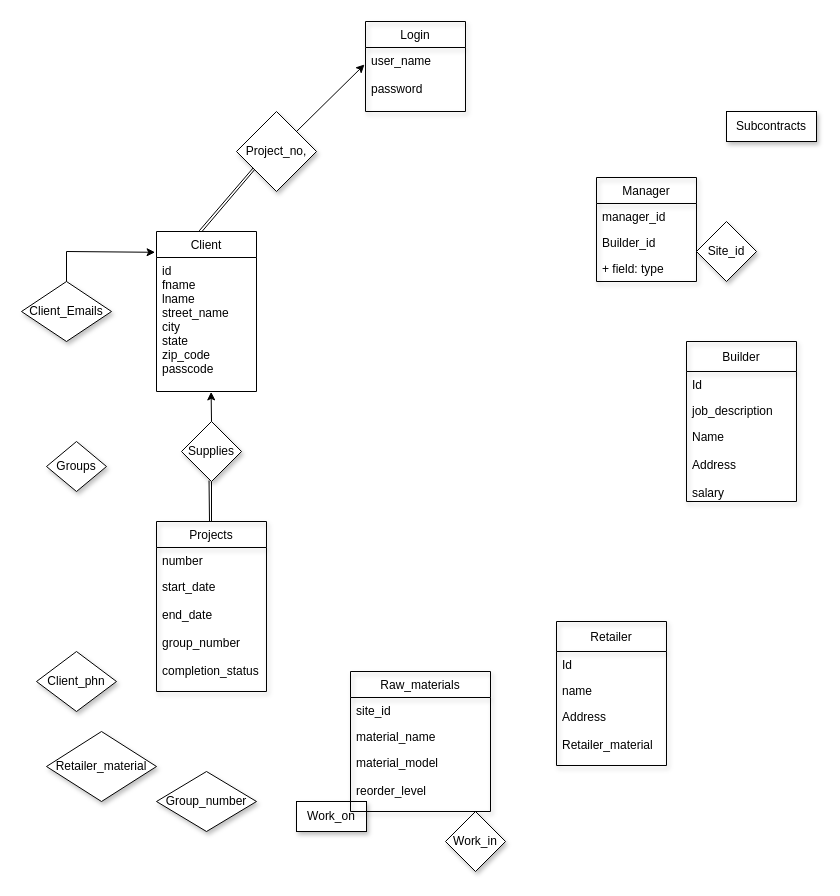
This is ER.drawio from anjana02/Construction_Management_Project, a draw.io file, before an edit. Source tidied: cells renumbered, new cells numbered last; positions are measured from the earlier drawing's top-left corner, leaving out a move shared by most shapes. Both pictures are drawn from the tidied source at 100%, with x=0, y=0 at pixel (21, 21).
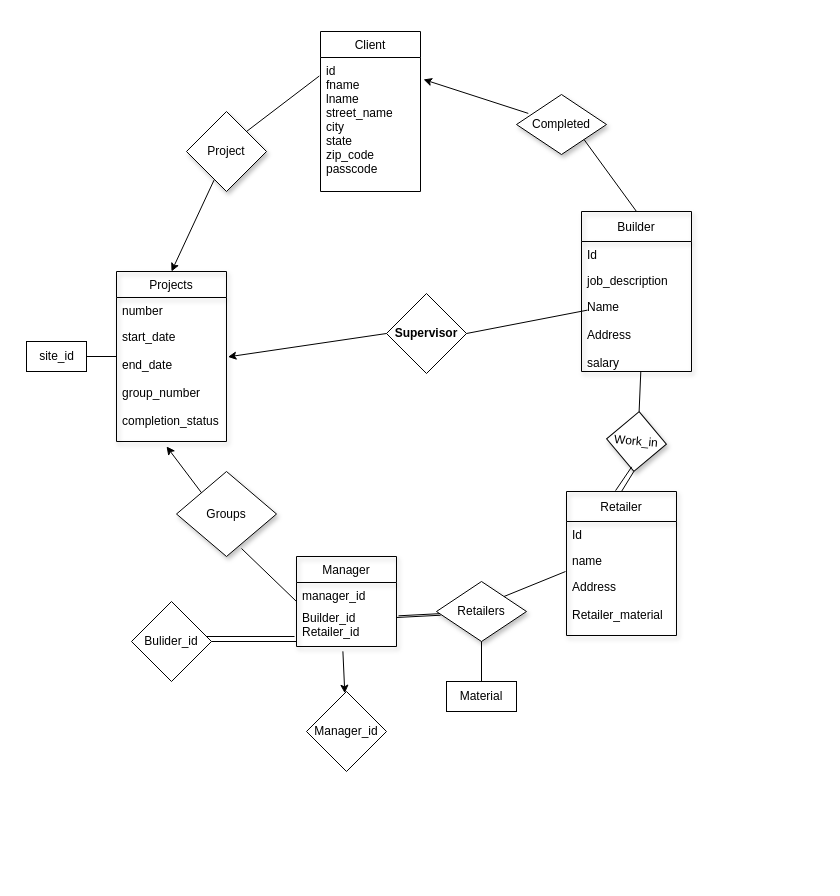
The same diagram, later.

Unchanged cells that the change refers to:
```xml
<mxCell id="3" value="id&#10;fname&#10;lname&#10;street_name&#10;city&#10;state&#10;zip_code&#10;passcode" style="text;strokeColor=none;fillColor=none;align=left;verticalAlign=top;spacingLeft=4;spacingRight=4;overflow=hidden;points=[[0,0.5],[1,0.5]];portConstraint=eastwest;shadow=1;fontStyle=0;" parent="2" vertex="1">
  <mxGeometry y="26" width="100" height="134" as="geometry" />
</mxCell>
<mxCell id="7" value="Name&#10;&#10;Address&#10;&#10;salary&#10;&#10;" style="text;strokeColor=none;fillColor=none;align=left;verticalAlign=top;spacingLeft=4;spacingRight=4;overflow=hidden;points=[[0,0.5],[1,0.5]];portConstraint=eastwest;shadow=1;" parent="4" vertex="1">
  <mxGeometry y="82" width="110" height="78" as="geometry" />
</mxCell>
<mxCell id="11" value="Address&#10;&#10;Retailer_material&#10;&#10;" style="text;strokeColor=none;fillColor=none;align=left;verticalAlign=top;spacingLeft=4;spacingRight=4;overflow=hidden;points=[[0,0.5],[1,0.5]];portConstraint=eastwest;shadow=1;" parent="8" vertex="1">
  <mxGeometry y="82" width="110" height="62" as="geometry" />
</mxCell>
<mxCell id="38" value="start_date&#10;&#10;end_date&#10;&#10;group_number&#10;&#10;completion_status" style="text;strokeColor=none;fillColor=none;align=left;verticalAlign=top;spacingLeft=4;spacingRight=4;overflow=hidden;points=[[0,0.5],[1,0.5]];portConstraint=eastwest;shadow=1;" parent="36" vertex="1">
  <mxGeometry y="52" width="110" height="118" as="geometry" />
</mxCell>
```

The edit, as a diff of the source:
```diff
@@
     <mxCell id="2" value="Client" style="swimlane;fontStyle=0;horizontal=1;startSize=26;fillColor=none;" parent="1" vertex="1">
-      <mxGeometry x="135" y="210" width="100" height="160" as="geometry" />
+      <mxGeometry x="299" y="10" width="100" height="160" as="geometry" />
     </mxCell>
@@
     <mxCell id="4" value="Builder" style="swimlane;fontStyle=0;horizontal=1;startSize=30;fillColor=none;shadow=1;" parent="1" vertex="1">
-      <mxGeometry x="665" y="320" width="110" height="160" as="geometry" />
+      <mxGeometry x="560" y="190" width="110" height="160" as="geometry" />
     </mxCell>
@@
     <mxCell id="8" value="Retailer" style="swimlane;fontStyle=0;horizontal=1;startSize=30;fillColor=none;shadow=1;" parent="1" vertex="1">
-      <mxGeometry x="535" y="600" width="110" height="144" as="geometry" />
+      <mxGeometry x="545" y="470" width="110" height="144" as="geometry" />
     </mxCell>
@@
-    <mxCell id="12" value="Login" style="swimlane;fontStyle=0;horizontal=1;startSize=26;fillColor=none;shadow=1;" parent="1" vertex="1">
-      <mxGeometry x="344" width="100" height="90" as="geometry" />
-    </mxCell>
-    <mxCell id="13" value="user_name&#10;&#10;password" style="text;strokeColor=none;fillColor=none;align=left;verticalAlign=top;spacingLeft=4;spacingRight=4;overflow=hidden;points=[[0,0.5],[1,0.5]];portConstraint=eastwest;shadow=1;" parent="12" vertex="1">
-      <mxGeometry y="26" width="100" height="64" as="geometry" />
-    </mxCell>
     <mxCell id="14" value="Manager" style="swimlane;fontStyle=0;horizontal=1;startSize=26;fillColor=none;shadow=1;" parent="1" vertex="1">
-      <mxGeometry x="575" y="156" width="100" height="104" as="geometry" />
+      <mxGeometry x="275" y="535" width="100" height="90" as="geometry" />
     </mxCell>
     <mxCell id="15" value="manager_id" style="text;strokeColor=none;fillColor=none;align=left;verticalAlign=top;spacingLeft=4;spacingRight=4;overflow=hidden;shadow=1;" parent="14" vertex="1">
-      <mxGeometry y="26" width="100" height="26" as="geometry" />
+      <mxGeometry y="26" width="100" height="22" as="geometry" />
     </mxCell>
-    <mxCell id="16" value="Builder_id" style="text;strokeColor=none;fillColor=none;align=left;verticalAlign=top;spacingLeft=4;spacingRight=4;overflow=hidden;points=[[0,0.5],[1,0.5]];portConstraint=eastwest;shadow=1;" parent="14" vertex="1">
-      <mxGeometry y="52" width="100" height="26" as="geometry" />
+    <mxCell id="16" value="Builder_id&#10;Retailer_id" style="text;strokeColor=none;fillColor=none;align=left;verticalAlign=top;spacingLeft=4;spacingRight=4;overflow=hidden;points=[[0,0.5],[1,0.5]];portConstraint=eastwest;shadow=1;" parent="14" vertex="1">
+      <mxGeometry y="48" width="100" height="42" as="geometry" />
     </mxCell>
-    <mxCell id="17" value="+ field: type" style="text;strokeColor=none;fillColor=none;align=left;verticalAlign=top;spacingLeft=4;spacingRight=4;overflow=hidden;shadow=1;" parent="14" vertex="1">
-      <mxGeometry y="78" width="100" height="26" as="geometry" />
-    </mxCell>
-    <mxCell id="18" value="Client_Emails" style="rhombus;whiteSpace=wrap;html=1;shadow=1;" parent="1" vertex="1">
-      <mxGeometry y="260" width="90" height="60" as="geometry" />
+    <mxCell id="18" value="Retailers&lt;br&gt;" style="rhombus;whiteSpace=wrap;html=1;shadow=1;" parent="1" vertex="1">
+      <mxGeometry x="415" y="560" width="90" height="60" as="geometry" />
     </mxCell>
-    <mxCell id="19" value="Client_phn" style="rhombus;whiteSpace=wrap;html=1;shadow=1;" parent="1" vertex="1">
-      <mxGeometry x="15" y="630" width="80" height="60" as="geometry" />
-    </mxCell>
     <mxCell id="20" value="Groups" style="rhombus;whiteSpace=wrap;html=1;shadow=1;" parent="1" vertex="1">
-      <mxGeometry x="25" y="420" width="60" height="50" as="geometry" />
+      <mxGeometry x="155" y="450" width="100" height="85" as="geometry" />
     </mxCell>
-    <mxCell id="21" value="Retailer_material" style="rhombus;whiteSpace=wrap;html=1;shadow=1;" parent="1" vertex="1">
-      <mxGeometry x="25" y="710" width="110" height="70" as="geometry" />
-    </mxCell>
-    <mxCell id="22" value="Group_number" style="rhombus;whiteSpace=wrap;html=1;shadow=1;" parent="1" vertex="1">
-      <mxGeometry x="135" y="750" width="100" height="60" as="geometry" />
-    </mxCell>
-    <mxCell id="23" value="Project_no," style="rhombus;whiteSpace=wrap;html=1;shadow=1;" parent="1" vertex="1">
-      <mxGeometry x="215" y="90" width="80" height="80" as="geometry" />
+    <mxCell id="23" value="Project" style="rhombus;whiteSpace=wrap;html=1;shadow=1;" parent="1" vertex="1">
+      <mxGeometry x="165" y="90" width="80" height="80" as="geometry" />
     </mxCell>
-    <mxCell id="24" value="Site_id" style="rhombus;whiteSpace=wrap;html=1;shadow=1;" parent="1" vertex="1">
-      <mxGeometry x="675" y="200" width="60" height="60" as="geometry" />
+    <mxCell id="24" value="Completed" style="rhombus;whiteSpace=wrap;html=1;shadow=1;rotation=0;" parent="1" vertex="1">
+      <mxGeometry x="495" y="73" width="90" height="60" as="geometry" />
     </mxCell>
-    <mxCell id="25" value="Supplies" style="rhombus;whiteSpace=wrap;html=1;shadow=1;rotation=0;" parent="1" vertex="1">
-      <mxGeometry x="160" y="400" width="60" height="60" as="geometry" />
-    </mxCell>
-    <mxCell id="26" value="Work_in" style="rhombus;whiteSpace=wrap;html=1;shadow=1;" parent="1" vertex="1">
-      <mxGeometry x="424" y="790" width="60" height="60" as="geometry" />
+    <mxCell id="26" value="Work_in" style="rhombus;whiteSpace=wrap;html=1;shadow=1;rotation=5;" parent="1" vertex="1">
+      <mxGeometry x="585" y="390" width="60" height="60" as="geometry" />
     </mxCell>
-    <mxCell id="27" value="Work_on" style="rounded=0;whiteSpace=wrap;html=1;shadow=1;" parent="1" vertex="1">
-      <mxGeometry x="275" y="780" width="70" height="30" as="geometry" />
-    </mxCell>
-    <mxCell id="28" value="Subcontracts" style="rounded=0;whiteSpace=wrap;html=1;shadow=1;" parent="1" vertex="1">
-      <mxGeometry x="705" y="90" width="90" height="30" as="geometry" />
-    </mxCell>
-    <mxCell id="29" value="Raw_materials" style="swimlane;fontStyle=0;horizontal=1;startSize=26;fillColor=none;shadow=1;" parent="1" vertex="1">
-      <mxGeometry x="329" y="650" width="140" height="140" as="geometry" />
-    </mxCell>
-    <mxCell id="30" value="site_id" style="text;strokeColor=none;fillColor=none;align=left;verticalAlign=top;spacingLeft=4;spacingRight=4;overflow=hidden;points=[[0,0.5],[1,0.5]];portConstraint=eastwest;shadow=1;" parent="29" vertex="1">
-      <mxGeometry y="26" width="140" height="26" as="geometry" />
-    </mxCell>
-    <mxCell id="31" value="material_name" style="text;strokeColor=none;fillColor=none;align=left;verticalAlign=top;spacingLeft=4;spacingRight=4;overflow=hidden;shadow=1;" parent="29" vertex="1">
-      <mxGeometry y="52" width="140" height="26" as="geometry" />
-    </mxCell>
-    <mxCell id="32" value="material_model&#10;&#10;reorder_level" style="text;strokeColor=none;fillColor=none;align=left;verticalAlign=top;spacingLeft=4;spacingRight=4;overflow=hidden;shadow=1;" parent="29" vertex="1">
-      <mxGeometry y="78" width="140" height="62" as="geometry" />
-    </mxCell>
-    <mxCell id="33" style="endArrow=classic;html=1;rounded=0;entryX=-0.01;entryY=0.266;entryDx=0;entryDy=0;entryPerimeter=0;" parent="1" edge="1" target="13">
-      <mxGeometry relative="1" as="geometry">
-        <mxPoint x="275" y="110" as="sourcePoint" />
-      </mxGeometry>
-    </mxCell>
-    <mxCell id="34" style="endArrow=none;html=1;rounded=0;exitX=0.455;exitY=0;exitDx=0;exitDy=0;entryX=0.223;entryY=0.731;entryDx=0;entryDy=0;entryPerimeter=0;exitPerimeter=0;" parent="1" edge="1" source="2" target="23">
-      <mxGeometry relative="1" as="geometry" />
-    </mxCell>
-    <mxCell id="35" style="endArrow=none;html=1;rounded=0;entryX=0.208;entryY=0.706;entryDx=0;entryDy=0;entryPerimeter=0;exitX=0.427;exitY=-0.004;exitDx=0;exitDy=0;exitPerimeter=0;" parent="1" edge="1" source="2" target="23">
-      <mxGeometry relative="1" as="geometry" />
-    </mxCell>
     <mxCell id="36" value="Projects" style="swimlane;fontStyle=0;horizontal=1;startSize=26;fillColor=none;shadow=1;" parent="1" vertex="1">
-      <mxGeometry x="135" y="500" width="110" height="170" as="geometry" />
+      <mxGeometry x="95" y="250" width="110" height="170" as="geometry" />
     </mxCell>
@@
-    <mxCell id="39" style="endArrow=classic;html=1;rounded=0;exitX=0.5;exitY=0;exitDx=0;exitDy=0;entryX=-0.014;entryY=0.13;entryDx=0;entryDy=0;entryPerimeter=0;" parent="1" edge="1" source="18" target="2">
-      <mxGeometry relative="1" as="geometry">
-        <Array as="points">
-          <mxPoint x="45" y="230" />
-        </Array>
-      </mxGeometry>
-    </mxCell>
-    <mxCell id="40" style="endArrow=none;html=1;rounded=0;exitX=0.5;exitY=0;exitDx=0;exitDy=0;entryX=0.5;entryY=1;entryDx=0;entryDy=0;" parent="1" edge="1" source="36" target="25">
-      <mxGeometry relative="1" as="geometry" />
-    </mxCell>
-    <mxCell id="41" style="endArrow=none;html=1;rounded=0;entryX=0.459;entryY=0.984;entryDx=0;entryDy=0;entryPerimeter=0;" parent="1" edge="1" target="25">
-      <mxGeometry relative="1" as="geometry">
-        <mxPoint x="188" y="500" as="sourcePoint" />
-      </mxGeometry>
-    </mxCell>
-    <mxCell id="42" style="endArrow=classic;html=1;rounded=0;exitX=0.5;exitY=0;exitDx=0;exitDy=0;entryX=0.546;entryY=1.003;entryDx=0;entryDy=0;entryPerimeter=0;" parent="1" edge="1" source="25" target="3">
-      <mxGeometry relative="1" as="geometry" />
-    </mxCell>
+    <mxCell id="43" style="endArrow=none;html=1;rounded=0;entryX=1;entryY=0;entryDx=0;entryDy=0;exitX=-0.012;exitY=0.138;exitDx=0;exitDy=0;exitPerimeter=0;" parent="1" edge="1" source="3" target="23">
+      <mxGeometry relative="1" as="geometry" />
+    </mxCell>
+    <mxCell id="44" style="endArrow=classic;html=1;rounded=0;exitX=0.344;exitY=0.858;exitDx=0;exitDy=0;entryX=0.5;entryY=0;entryDx=0;entryDy=0;exitPerimeter=0;" parent="1" edge="1" source="23" target="36">
+      <mxGeometry relative="1" as="geometry" />
+    </mxCell>
+    <mxCell id="45" style="endArrow=classic;html=1;rounded=0;exitX=0;exitY=0;exitDx=0;exitDy=0;entryX=0.455;entryY=1.042;entryDx=0;entryDy=0;entryPerimeter=0;" parent="1" edge="1" source="20" target="38">
+      <mxGeometry relative="1" as="geometry" />
+    </mxCell>
+    <mxCell id="46" style="endArrow=none;html=1;rounded=0;entryX=0.65;entryY=0.906;entryDx=0;entryDy=0;entryPerimeter=0;exitX=0;exitY=0.5;exitDx=0;exitDy=0;" parent="1" edge="1" source="14" target="20">
+      <mxGeometry relative="1" as="geometry" />
+    </mxCell>
+    <mxCell id="47" style="endArrow=none;html=1;rounded=0;entryX=1.02;entryY=0.269;entryDx=0;entryDy=0;entryPerimeter=0;" parent="1" edge="1" source="18" target="16">
+      <mxGeometry relative="1" as="geometry" />
+    </mxCell>
+    <mxCell id="48" style="endArrow=none;html=1;rounded=0;exitX=1;exitY=0;exitDx=0;exitDy=0;entryX=-0.009;entryY=-0.032;entryDx=0;entryDy=0;entryPerimeter=0;" parent="1" edge="1" source="18" target="11">
+      <mxGeometry relative="1" as="geometry" />
+    </mxCell>
+    <mxCell id="49" style="endArrow=none;html=1;rounded=0;entryX=0.5;entryY=1;entryDx=0;entryDy=0;exitX=0.5;exitY=0;exitDx=0;exitDy=0;" parent="1" edge="1" source="8" target="26">
+      <mxGeometry relative="1" as="geometry" />
+    </mxCell>
+    <mxCell id="50" style="endArrow=none;html=1;rounded=0;exitX=0.5;exitY=0;exitDx=0;exitDy=0;entryX=0.539;entryY=1.005;entryDx=0;entryDy=0;entryPerimeter=0;" parent="1" edge="1" source="26" target="7">
+      <mxGeometry relative="1" as="geometry" />
+    </mxCell>
+    <mxCell id="51" style="endArrow=none;html=1;rounded=0;exitX=0.5;exitY=0;exitDx=0;exitDy=0;entryX=1;entryY=1;entryDx=0;entryDy=0;" parent="1" edge="1" source="4" target="24">
+      <mxGeometry relative="1" as="geometry" />
+    </mxCell>
+    <mxCell id="52" style="endArrow=classic;html=1;rounded=0;exitX=0.131;exitY=0.315;exitDx=0;exitDy=0;exitPerimeter=0;entryX=1.03;entryY=0.164;entryDx=0;entryDy=0;entryPerimeter=0;" parent="1" edge="1" source="24" target="3">
+      <mxGeometry relative="1" as="geometry" />
+    </mxCell>
+    <mxCell id="53" style="endArrow=none;html=1;rounded=0;exitX=0.457;exitY=0.928;exitDx=0;exitDy=0;exitPerimeter=0;entryX=0.446;entryY=-0.006;entryDx=0;entryDy=0;entryPerimeter=0;" parent="1" edge="1" source="26" target="8">
+      <mxGeometry relative="1" as="geometry" />
+    </mxCell>
+    <mxCell id="54" value="&lt;b&gt;Supervisor&lt;/b&gt;" style="rhombus;whiteSpace=wrap;html=1;rotation=0;" parent="1" vertex="1">
+      <mxGeometry x="365" y="272" width="80" height="80" as="geometry" />
+    </mxCell>
+    <mxCell id="55" style="endArrow=classic;html=1;rounded=0;exitX=0;exitY=0.5;exitDx=0;exitDy=0;entryX=1.013;entryY=0.283;entryDx=0;entryDy=0;entryPerimeter=0;" parent="1" edge="1" source="54" target="38">
+      <mxGeometry relative="1" as="geometry" />
+    </mxCell>
+    <mxCell id="56" style="endArrow=none;html=1;rounded=0;exitX=1;exitY=0.5;exitDx=0;exitDy=0;entryX=0.055;entryY=0.213;entryDx=0;entryDy=0;entryPerimeter=0;" parent="1" edge="1" source="54" target="7">
+      <mxGeometry relative="1" as="geometry" />
+    </mxCell>
+    <mxCell id="57" value="Bulider_id" style="rhombus;whiteSpace=wrap;html=1;" parent="1" vertex="1">
+      <mxGeometry x="110" y="580" width="80" height="80" as="geometry" />
+    </mxCell>
+    <mxCell id="58" value="Manager_id" style="rhombus;whiteSpace=wrap;html=1;" parent="1" vertex="1">
+      <mxGeometry x="285" y="670" width="80" height="80" as="geometry" />
+    </mxCell>
+    <mxCell id="59" style="endArrow=none;html=1;rounded=0;exitX=1;exitY=0.5;exitDx=0;exitDy=0;" parent="1" edge="1" source="57">
+      <mxGeometry relative="1" as="geometry">
+        <mxPoint x="275" y="620" as="targetPoint" />
+      </mxGeometry>
+    </mxCell>
+    <mxCell id="60" style="endArrow=none;html=1;rounded=0;entryX=-0.02;entryY=0.762;entryDx=0;entryDy=0;entryPerimeter=0;" parent="1" edge="1" target="16">
+      <mxGeometry relative="1" as="geometry">
+        <mxPoint x="185" y="615" as="sourcePoint" />
+      </mxGeometry>
+    </mxCell>
+    <mxCell id="61" style="endArrow=none;html=1;rounded=0;entryX=0.046;entryY=0.562;entryDx=0;entryDy=0;entryPerimeter=0;" parent="1" edge="1" target="18">
+      <mxGeometry relative="1" as="geometry">
+        <mxPoint x="375" y="596" as="sourcePoint" />
+      </mxGeometry>
+    </mxCell>
+    <mxCell id="30" value="site_id" style="html=1;" parent="1" vertex="1">
+      <mxGeometry x="5" y="320" width="60" height="30" as="geometry" />
+    </mxCell>
+    <mxCell id="62" style="endArrow=none;html=1;rounded=0;exitX=1;exitY=0.5;exitDx=0;exitDy=0;" parent="1" edge="1" source="30">
+      <mxGeometry relative="1" as="geometry">
+        <mxPoint x="95" y="335" as="targetPoint" />
+      </mxGeometry>
+    </mxCell>
+    <mxCell id="63" value="Material" style="rounded=0;whiteSpace=wrap;html=1;" parent="1" vertex="1">
+      <mxGeometry x="425" y="660" width="70" height="30" as="geometry" />
+    </mxCell>
+    <mxCell id="64" style="endArrow=none;html=1;rounded=0;exitX=0.5;exitY=0;exitDx=0;exitDy=0;entryX=0.5;entryY=1;entryDx=0;entryDy=0;" parent="1" edge="1" source="63" target="18">
+      <mxGeometry relative="1" as="geometry" />
+    </mxCell>
+    <mxCell id="65" style="endArrow=classic;html=1;rounded=0;exitX=0.464;exitY=1.115;exitDx=0;exitDy=0;exitPerimeter=0;" parent="1" edge="1" source="16" target="58">
+      <mxGeometry relative="1" as="geometry" />
+    </mxCell>
```
